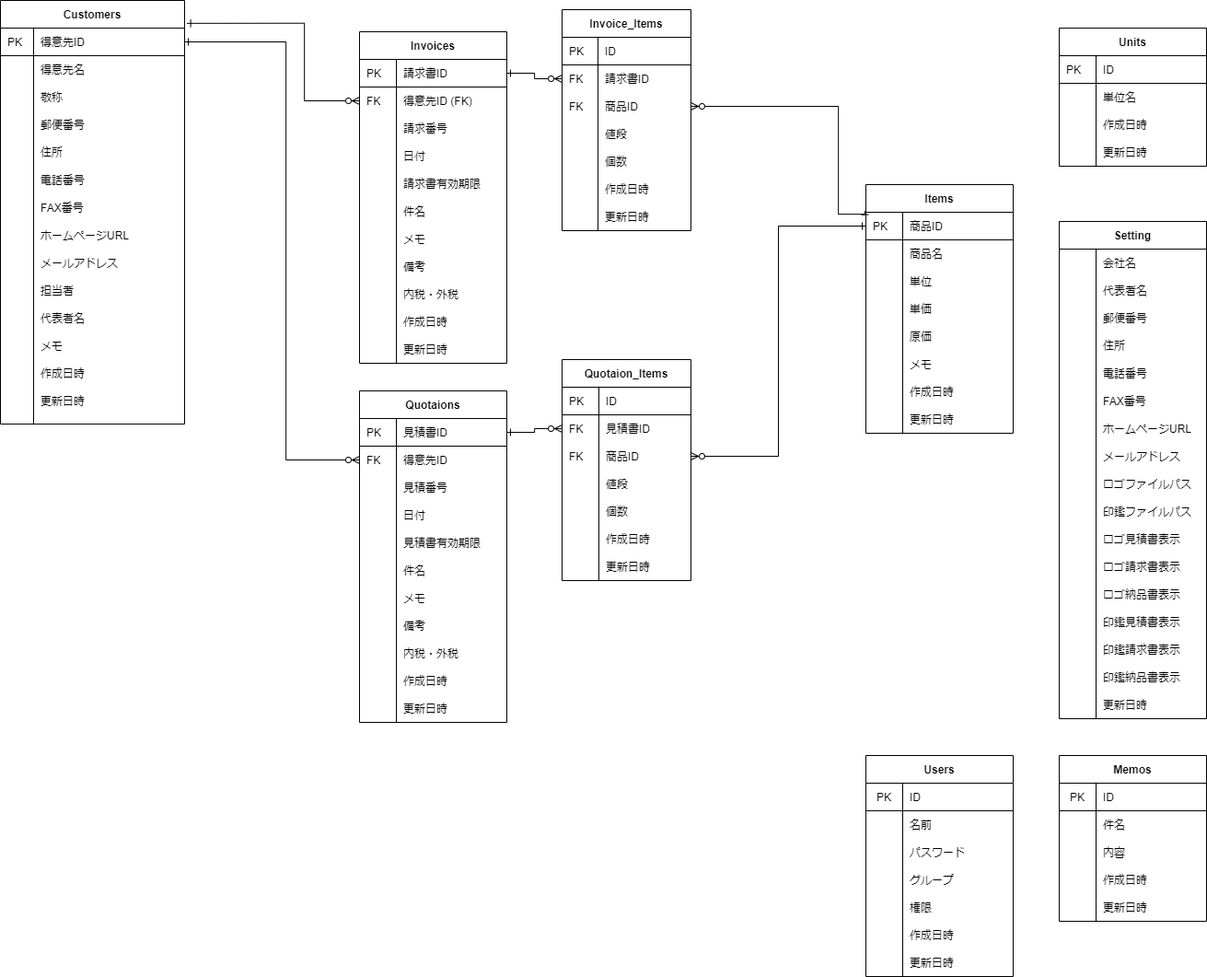
Before: soho_er.png, a diagram exported from draw.io (gamasenninn/caddie-clone). Source tidied: cells renumbered, new cells last; positions are measured from the earlier drawing's top-left corner, leaving out a move shared by most shapes.
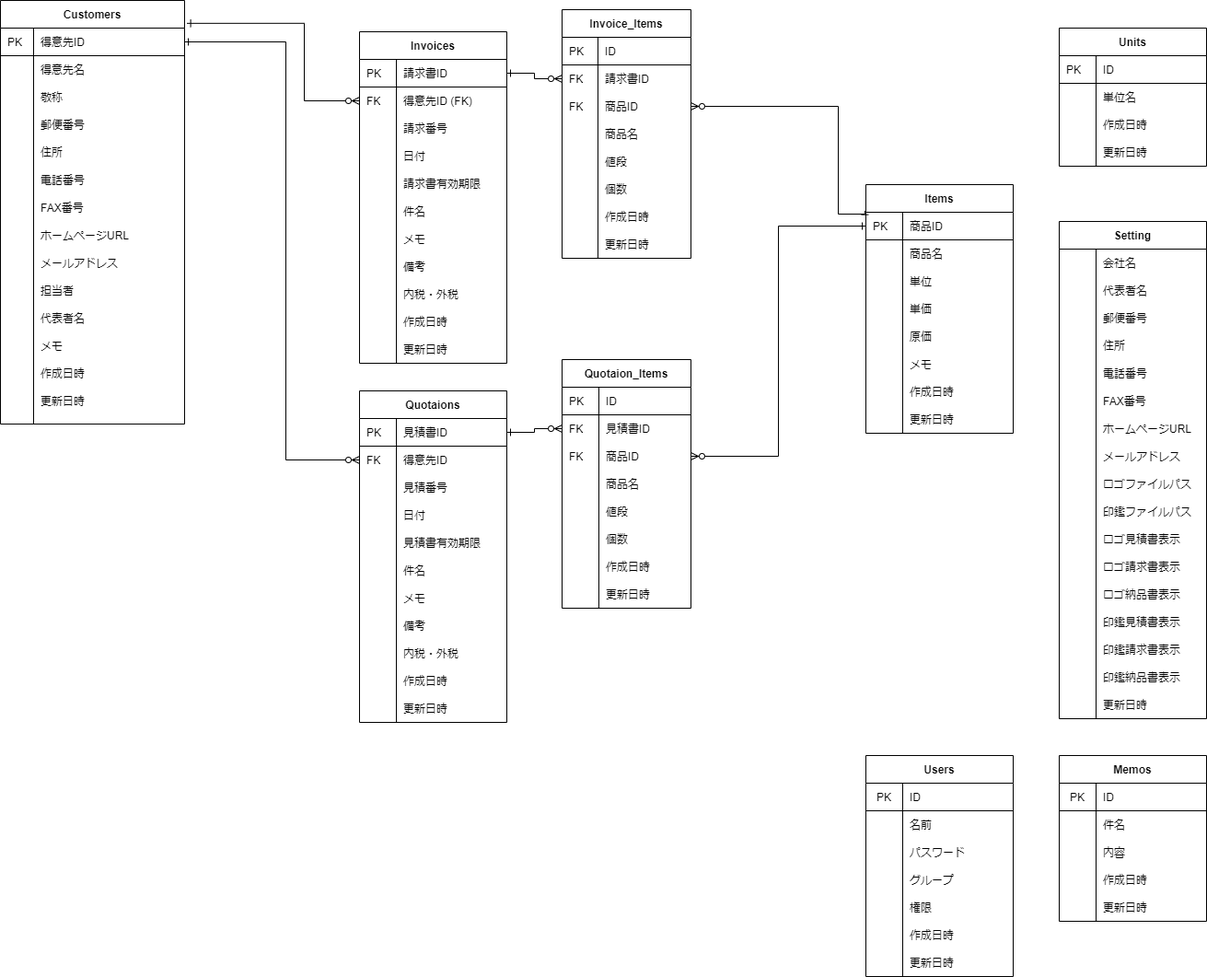
After the change.

Change to the diagram source:
```diff
@@ -309,7 +309,7 @@
       <mxGeometry x="40" width="120" height="30" as="geometry" />
     </mxCell>
     <mxCell id="104" value="Invoice_Items" style="shape=table;startSize=30;rowLines=0;fontStyle=1;align=center;" parent="1" vertex="1">
-      <mxGeometry x="610" y="10" width="140" height="240" as="geometry" />
+      <mxGeometry x="610" y="10" width="140" height="270" as="geometry" />
     </mxCell>
     <mxCell id="105" style="shape=partialRectangle;html=1;whiteSpace=wrap;fillColor=none;top=0;left=0;bottom=1;right=0;" parent="104" vertex="1">
       <mxGeometry y="30" width="140" height="30" as="geometry" />
@@ -338,8 +338,17 @@
     <mxCell id="113" value="商品ID&amp;nbsp;" style="shape=partialRectangle;html=1;whiteSpace=wrap;fillColor=none;top=0;left=0;bottom=0;right=0;align=left;spacingLeft=6;overflow=hidden;" parent="111" vertex="1">
       <mxGeometry x="39" width="101" height="30" as="geometry" />
     </mxCell>
+    <mxCell id="291" style="shape=partialRectangle;html=1;whiteSpace=wrap;fillColor=none;top=0;left=0;bottom=0;right=0;" parent="104" vertex="1">
+      <mxGeometry y="120" width="140" height="30" as="geometry" />
+    </mxCell>
+    <mxCell id="292" style="shape=partialRectangle;html=1;whiteSpace=wrap;fillColor=none;top=0;left=0;bottom=0;right=0;align=left;spacingLeft=6;overflow=hidden;" parent="291" vertex="1">
+      <mxGeometry width="39" height="30" as="geometry" />
+    </mxCell>
+    <mxCell id="293" value="商品名" style="shape=partialRectangle;html=1;whiteSpace=wrap;fillColor=none;top=0;left=0;bottom=0;right=0;align=left;spacingLeft=6;overflow=hidden;" parent="291" vertex="1">
+      <mxGeometry x="39" width="101" height="30" as="geometry" />
+    </mxCell>
     <mxCell id="114" style="shape=partialRectangle;html=1;whiteSpace=wrap;fillColor=none;top=0;left=0;bottom=0;right=0;" parent="104" vertex="1">
-      <mxGeometry y="120" width="140" height="30" as="geometry" />
+      <mxGeometry y="150" width="140" height="30" as="geometry" />
     </mxCell>
     <mxCell id="115" style="shape=partialRectangle;html=1;whiteSpace=wrap;fillColor=none;top=0;left=0;bottom=0;right=0;align=left;spacingLeft=6;overflow=hidden;" parent="114" vertex="1">
       <mxGeometry width="39" height="30" as="geometry" />
@@ -348,7 +357,7 @@
       <mxGeometry x="39" width="101" height="30" as="geometry" />
     </mxCell>
     <mxCell id="117" style="shape=partialRectangle;html=1;whiteSpace=wrap;fillColor=none;top=0;left=0;bottom=0;right=0;" parent="104" vertex="1">
-      <mxGeometry y="150" width="140" height="30" as="geometry" />
+      <mxGeometry y="180" width="140" height="30" as="geometry" />
     </mxCell>
     <mxCell id="118" style="shape=partialRectangle;html=1;whiteSpace=wrap;fillColor=none;top=0;left=0;bottom=0;right=0;align=left;spacingLeft=6;overflow=hidden;" parent="117" vertex="1">
       <mxGeometry width="39" height="30" as="geometry" />
@@ -357,7 +366,7 @@
       <mxGeometry x="39" width="101" height="30" as="geometry" />
     </mxCell>
     <mxCell id="120" style="shape=partialRectangle;html=1;whiteSpace=wrap;fillColor=none;top=0;left=0;bottom=0;right=0;" parent="104" vertex="1">
-      <mxGeometry y="180" width="140" height="30" as="geometry" />
+      <mxGeometry y="210" width="140" height="30" as="geometry" />
     </mxCell>
     <mxCell id="121" style="shape=partialRectangle;html=1;whiteSpace=wrap;fillColor=none;top=0;left=0;bottom=0;right=0;align=left;spacingLeft=6;overflow=hidden;" parent="120" vertex="1">
       <mxGeometry width="39" height="30" as="geometry" />
@@ -366,7 +375,7 @@
       <mxGeometry x="39" width="101" height="30" as="geometry" />
     </mxCell>
     <mxCell id="123" style="shape=partialRectangle;html=1;whiteSpace=wrap;fillColor=none;top=0;left=0;bottom=0;right=0;" parent="104" vertex="1">
-      <mxGeometry y="210" width="140" height="30" as="geometry" />
+      <mxGeometry y="240" width="140" height="30" as="geometry" />
     </mxCell>
     <mxCell id="124" style="shape=partialRectangle;html=1;whiteSpace=wrap;fillColor=none;top=0;left=0;bottom=0;right=0;align=left;spacingLeft=6;overflow=hidden;" parent="123" vertex="1">
       <mxGeometry width="39" height="30" as="geometry" />
@@ -477,7 +486,7 @@
       <mxGeometry x="40" width="120" height="30" as="geometry" />
     </mxCell>
     <mxCell id="160" value="Quotaion_Items" style="shape=table;startSize=30;rowLines=0;fontStyle=1;align=center;" parent="1" vertex="1">
-      <mxGeometry x="610" y="390" width="140" height="240" as="geometry" />
+      <mxGeometry x="610" y="390" width="140" height="270" as="geometry" />
     </mxCell>
     <mxCell id="161" style="shape=partialRectangle;html=1;whiteSpace=wrap;fillColor=none;top=0;left=0;bottom=1;right=0;" parent="160" vertex="1">
       <mxGeometry y="30" width="140" height="30" as="geometry" />
@@ -506,8 +515,17 @@
     <mxCell id="169" value="商品ID" style="shape=partialRectangle;html=1;whiteSpace=wrap;fillColor=none;top=0;left=0;bottom=0;right=0;align=left;spacingLeft=6;overflow=hidden;" parent="167" vertex="1">
       <mxGeometry x="40" width="100" height="30" as="geometry" />
     </mxCell>
+    <mxCell id="294" style="shape=partialRectangle;html=1;whiteSpace=wrap;fillColor=none;top=0;left=0;bottom=0;right=0;" parent="160" vertex="1">
+      <mxGeometry y="120" width="140" height="30" as="geometry" />
+    </mxCell>
+    <mxCell id="295" style="shape=partialRectangle;html=1;whiteSpace=wrap;fillColor=none;top=0;left=0;bottom=0;right=0;align=left;spacingLeft=6;overflow=hidden;" parent="294" vertex="1">
+      <mxGeometry width="40" height="30" as="geometry" />
+    </mxCell>
+    <mxCell id="296" value="商品名" style="shape=partialRectangle;html=1;whiteSpace=wrap;fillColor=none;top=0;left=0;bottom=0;right=0;align=left;spacingLeft=6;overflow=hidden;" parent="294" vertex="1">
+      <mxGeometry x="40" width="100" height="30" as="geometry" />
+    </mxCell>
     <mxCell id="170" style="shape=partialRectangle;html=1;whiteSpace=wrap;fillColor=none;top=0;left=0;bottom=0;right=0;" parent="160" vertex="1">
-      <mxGeometry y="120" width="140" height="30" as="geometry" />
+      <mxGeometry y="150" width="140" height="30" as="geometry" />
     </mxCell>
     <mxCell id="171" style="shape=partialRectangle;html=1;whiteSpace=wrap;fillColor=none;top=0;left=0;bottom=0;right=0;align=left;spacingLeft=6;overflow=hidden;" parent="170" vertex="1">
       <mxGeometry width="40" height="30" as="geometry" />
@@ -516,7 +534,7 @@
       <mxGeometry x="40" width="100" height="30" as="geometry" />
     </mxCell>
     <mxCell id="173" style="shape=partialRectangle;html=1;whiteSpace=wrap;fillColor=none;top=0;left=0;bottom=0;right=0;" parent="160" vertex="1">
-      <mxGeometry y="150" width="140" height="30" as="geometry" />
+      <mxGeometry y="180" width="140" height="30" as="geometry" />
     </mxCell>
     <mxCell id="174" style="shape=partialRectangle;html=1;whiteSpace=wrap;fillColor=none;top=0;left=0;bottom=0;right=0;align=left;spacingLeft=6;overflow=hidden;" parent="173" vertex="1">
       <mxGeometry width="40" height="30" as="geometry" />
@@ -525,7 +543,7 @@
       <mxGeometry x="40" width="100" height="30" as="geometry" />
     </mxCell>
     <mxCell id="176" style="shape=partialRectangle;html=1;whiteSpace=wrap;fillColor=none;top=0;left=0;bottom=0;right=0;" parent="160" vertex="1">
-      <mxGeometry y="180" width="140" height="30" as="geometry" />
+      <mxGeometry y="210" width="140" height="30" as="geometry" />
     </mxCell>
     <mxCell id="177" style="shape=partialRectangle;html=1;whiteSpace=wrap;fillColor=none;top=0;left=0;bottom=0;right=0;align=left;spacingLeft=6;overflow=hidden;" parent="176" vertex="1">
       <mxGeometry width="40" height="30" as="geometry" />
@@ -534,7 +552,7 @@
       <mxGeometry x="40" width="100" height="30" as="geometry" />
     </mxCell>
     <mxCell id="179" style="shape=partialRectangle;html=1;whiteSpace=wrap;fillColor=none;top=0;left=0;bottom=0;right=0;" parent="160" vertex="1">
-      <mxGeometry y="210" width="140" height="30" as="geometry" />
+      <mxGeometry y="240" width="140" height="30" as="geometry" />
     </mxCell>
     <mxCell id="180" style="shape=partialRectangle;html=1;whiteSpace=wrap;fillColor=none;top=0;left=0;bottom=0;right=0;align=left;spacingLeft=6;overflow=hidden;" parent="179" vertex="1">
       <mxGeometry width="40" height="30" as="geometry" />
```
